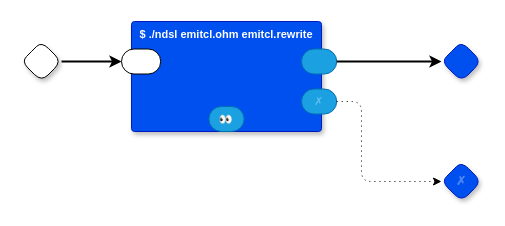
Earlier version of the draw.io diagram page "RT to Common Lisp" (5 of 9) of rt2cl.drawio (guitarvydas/rt). Source tidied: cells renumbered, new cells numbered last; positions are measured from the earlier drawing's top-left corner, leaving out a move shared by most shapes. Both pictures are drawn from the tidied source at 100%, with x=0, y=0 at pixel (21, 21).
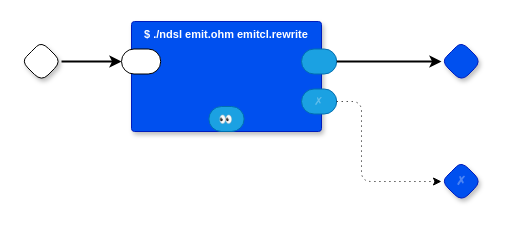
After the change.

The edit, as a diff of the source:
```diff
@@
 <mxGraphModel>
   <root>
     <mxCell id="0" />
     <mxCell id="1" parent="0" />
     <mxCell id="2" style="rhombus;whiteSpace=wrap;html=1;rounded=1;fontStyle=1;glass=0;sketch=0;fontSize=12;points=[[0,0.5,0,0,0],[0.5,0,0,0,0],[0.5,1,0,0,0],[1,0.5,0,0,0]];shadow=1;fontFamily=Helvetica;fontColor=default;" parent="1" vertex="1">
       <mxGeometry y="20" width="40" height="40" as="geometry" />
     </mxCell>
     <mxCell id="3" style="rhombus;whiteSpace=wrap;html=1;rounded=1;fontStyle=1;glass=0;sketch=0;fontSize=12;points=[[0,0.5,0,0,0],[0.5,0,0,0,0],[0.5,1,0,0,0],[1,0.5,0,0,0]];shadow=1;fillColor=#0050ef;fontColor=#ffffff;strokeColor=#001DBC;fontFamily=Helvetica;" parent="1" vertex="1">
       <mxGeometry x="420" y="20" width="40" height="40" as="geometry" />
     </mxCell>
     <mxCell id="4" value="✗" style="rhombus;whiteSpace=wrap;html=1;rounded=1;fillColor=#0050ef;fontColor=#ffffff;strokeColor=#001DBC;fontStyle=1;glass=0;sketch=0;fontSize=12;points=[[0,0.5,0,0,0],[0.5,0,0,0,0],[0.5,1,0,0,0],[1,0.5,0,0,0]];shadow=1;textOpacity=30;" parent="1" vertex="1">
       <mxGeometry x="420" y="140" width="40" height="40" as="geometry" />
     </mxCell>
-    <mxCell id="5" value="$ ./ndsl emitcl.ohm emitcl.rewrite" style="rounded=1;sketch=0;verticalAlign=top;arcSize=6;fontStyle=1;absoluteArcSize=1;shadow=1;strokeColor=#001DBC;fillColor=#0050ef;fontColor=#ffffff;fontFamily=Helvetica;fontSize=11;" parent="1" vertex="1">
+    <mxCell id="5" value="$ ./ndsl emit.ohm emitcl.rewrite" style="rounded=1;sketch=0;verticalAlign=top;arcSize=6;fontStyle=1;absoluteArcSize=1;shadow=1;strokeColor=#001DBC;fillColor=#0050ef;fontColor=#ffffff;fontFamily=Helvetica;fontSize=11;" parent="1" vertex="1">
       <mxGeometry x="110" width="190" height="110" as="geometry" />
     </mxCell>
     <mxCell id="6" style="rounded=1;whiteSpace=wrap;html=1;sketch=0;points=[[0,0.5,0,0,0],[1,0.5,0,0,0]];arcSize=50;fontFamily=Helvetica;fontSize=11;fontColor=default;" parent="5" vertex="1">
       <mxGeometry x="-10" y="27.5" width="39.2" height="25" as="geometry" />
     </mxCell>
     <mxCell id="7" style="rounded=1;whiteSpace=wrap;html=1;sketch=0;points=[[0,0.5,0,0,0],[1,0.5,0,0,0]];fillColor=#1ba1e2;fontColor=#ffffff;strokeColor=#006EAF;arcSize=50;fontFamily=Helvetica;fontSize=11;" parent="5" vertex="1">
       <mxGeometry x="170" y="27.5" width="35.2" height="25" as="geometry" />
     </mxCell>
     <mxCell id="8" value="✗" style="rounded=1;whiteSpace=wrap;html=1;sketch=0;points=[[0,0.5,0,0,0],[1,0.5,0,0,0]];fillColor=#1ba1e2;fontColor=#ffffff;strokeColor=#006EAF;arcSize=50;fontFamily=Helvetica;fontSize=11;textOpacity=30;" parent="5" vertex="1">
       <mxGeometry x="170" y="67.5" width="35.2" height="25" as="geometry" />
     </mxCell>
     <mxCell id="9" value="👀" style="rounded=1;whiteSpace=wrap;sketch=0;fillColor=#1ba1e2;fontColor=#ffffff;strokeColor=#006EAF;arcSize=50;fontFamily=Helvetica;fontSize=11;labelBackgroundColor=none;" parent="5" vertex="1">
       <mxGeometry x="77.4" y="85" width="35.2" height="25" as="geometry" />
     </mxCell>
     <mxCell id="10" style="edgeStyle=orthogonalEdgeStyle;rounded=0;jettySize=auto;html=1;exitX=1;exitY=0.5;exitDx=0;exitDy=0;exitPerimeter=0;entryX=0;entryY=0.5;entryDx=0;entryDy=0;entryPerimeter=0;strokeWidth=2;" parent="1" edge="1" source="2" target="6">
       <mxGeometry relative="1" as="geometry" />
     </mxCell>
     <mxCell id="11" style="edgeStyle=orthogonalEdgeStyle;rounded=0;jettySize=auto;html=1;exitX=1;exitY=0.5;exitDx=0;exitDy=0;exitPerimeter=0;strokeWidth=2;entryX=0;entryY=0.5;entryDx=0;entryDy=0;entryPerimeter=0;" parent="1" edge="1" source="7" target="3">
       <mxGeometry relative="1" as="geometry" />
     </mxCell>
     <mxCell id="12" style="edgeStyle=orthogonalEdgeStyle;rounded=1;jettySize=auto;html=1;exitX=1;exitY=0.5;exitDx=0;exitDy=0;exitPerimeter=0;entryX=0;entryY=0.5;entryDx=0;entryDy=0;entryPerimeter=0;curved=0;dashed=1;dashPattern=1 4;" parent="1" edge="1" source="8" target="4">
       <mxGeometry relative="1" as="geometry">
         <Array as="points">
           <mxPoint x="340" y="80" />
           <mxPoint x="340" y="160" />
         </Array>
       </mxGeometry>
     </mxCell>
   </root>
 </mxGraphModel>
```
